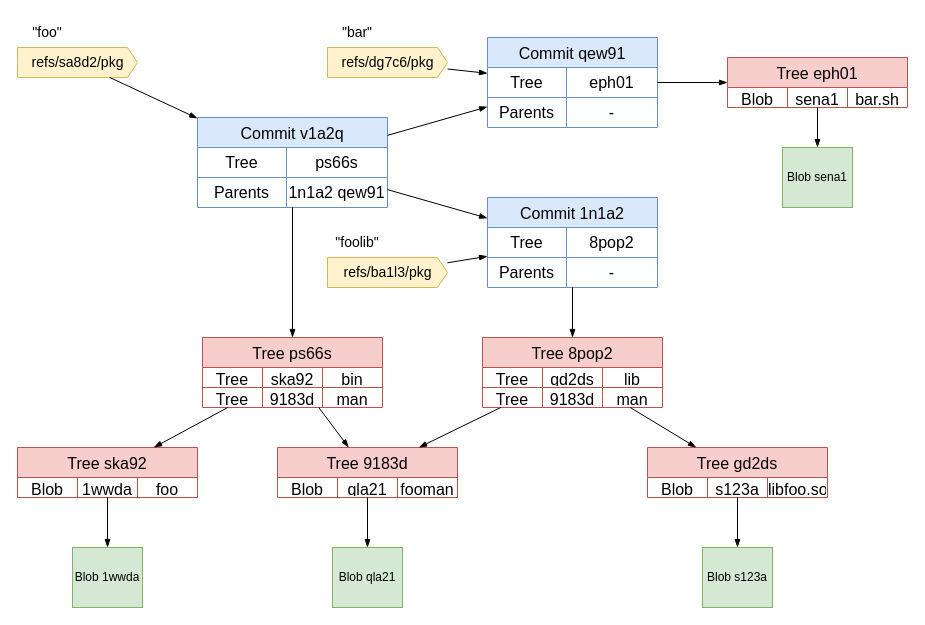
Above: src/diagrams/gachix-git-model.drawio in EphraimSiegfried/bachelor-thesis (draw.io), before the change. Source tidied: cells renumbered, new cells numbered last; positions are measured from the earlier drawing's top-left corner, leaving out a move shared by most shapes. Both pictures are drawn from the tidied source at 100%, with x=0, y=0 at pixel (17, 17).
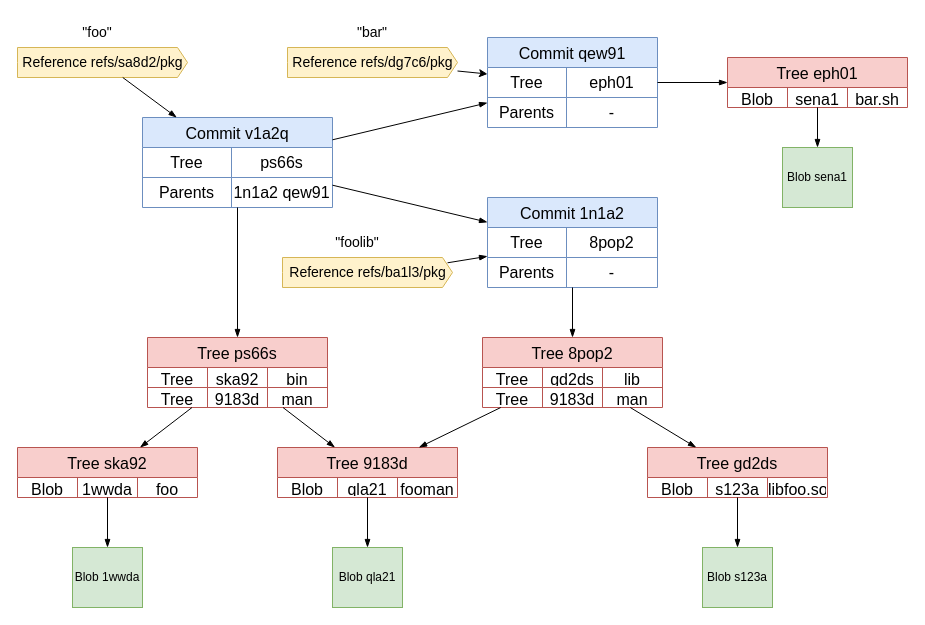
After the change.

Commit message (it also covers changes not shown here):
update git-model diagram

The change refers to these unchanged cells:
```xml
<mxCell id="35" value="Commit 1n1a2" style="shape=table;startSize=30;childLayout=tableLayout;strokeColor=#6c8ebf;fontSize=16;fillColor=#dae8fc;" parent="1" vertex="1">
  <mxGeometry x="470" y="180" width="170" height="90" as="geometry" />
</mxCell>
<mxCell id="62" value="Commit qew91" style="shape=table;startSize=30;childLayout=tableLayout;strokeColor=#6c8ebf;fontSize=16;fillColor=#dae8fc;" parent="1" vertex="1">
  <mxGeometry x="470" y="20" width="170" height="90" as="geometry" />
</mxCell>
```

Change to the diagram source:
```diff
@@
     <mxCell id="2" value="Tree ps66s" style="shape=table;startSize=30;childLayout=tableLayout;strokeColor=#b85450;fontSize=16;fillColor=#f8cecc;" parent="1" vertex="1">
-      <mxGeometry x="185" y="320" width="180" height="70" as="geometry" />
+      <mxGeometry x="130" y="320" width="180" height="70" as="geometry" />
     </mxCell>
@@
     <mxCell id="27" value="Commit v1a2q" style="shape=table;startSize=30;childLayout=tableLayout;strokeColor=#6c8ebf;fontSize=16;fillColor=#dae8fc;" parent="1" vertex="1">
-      <mxGeometry x="180" y="100" width="190" height="90" as="geometry" />
+      <mxGeometry x="125" y="100" width="190" height="90" as="geometry" />
     </mxCell>
@@
-    <mxCell id="78" value="&lt;font style=&quot;font-size: 14px;&quot;&gt;refs/sa8d2/pkg&lt;/font&gt;" style="html=1;shadow=0;dashed=0;align=center;verticalAlign=middle;shape=mxgraph.arrows2.arrow;dy=0;dx=10;notch=0;fillColor=#fff2cc;strokeColor=#d6b656;" parent="1" vertex="1">
-      <mxGeometry y="30" width="120" height="30" as="geometry" />
+    <mxCell id="78" value="&lt;font style=&quot;font-size: 14px;&quot;&gt;Reference refs/sa8d2/pkg&lt;/font&gt;" style="html=1;shadow=0;dashed=0;align=center;verticalAlign=middle;shape=mxgraph.arrows2.arrow;dy=0;dx=10;notch=0;fillColor=#fff2cc;strokeColor=#d6b656;" parent="1" vertex="1">
+      <mxGeometry y="30" width="170" height="30" as="geometry" />
     </mxCell>
@@
     <mxCell id="80" value="&lt;font style=&quot;font-size: 14px;&quot;&gt;&quot;foo&quot;&lt;/font&gt;" style="text;html=1;whiteSpace=wrap;strokeColor=none;fillColor=none;align=center;verticalAlign=middle;rounded=0;" parent="1" vertex="1">
-      <mxGeometry width="60" height="30" as="geometry" />
+      <mxGeometry x="50" width="60" height="30" as="geometry" />
     </mxCell>
-    <mxCell id="81" value="&lt;font style=&quot;font-size: 14px;&quot;&gt;refs/dg7c6/pkg&lt;/font&gt;" style="html=1;shadow=0;dashed=0;align=center;verticalAlign=middle;shape=mxgraph.arrows2.arrow;dy=0;dx=10;notch=0;fillColor=#fff2cc;strokeColor=#d6b656;" parent="1" vertex="1">
-      <mxGeometry x="310" y="30" width="120" height="30" as="geometry" />
-    </mxCell>
-    <mxCell id="82" value="&lt;font style=&quot;font-size: 14px;&quot;&gt;&quot;bar&quot;&lt;/font&gt;" style="text;html=1;whiteSpace=wrap;strokeColor=none;fillColor=none;align=center;verticalAlign=middle;rounded=0;" parent="1" vertex="1">
-      <mxGeometry x="310" width="60" height="30" as="geometry" />
-    </mxCell>
-    <mxCell id="83" style="endArrow=blockThin;html=1;rounded=0;endFill=1;" parent="1" edge="1" source="81" target="62">
-      <mxGeometry relative="1" as="geometry" />
-    </mxCell>
-    <mxCell id="84" value="&lt;font style=&quot;font-size: 14px;&quot;&gt;refs/ba1l3/pkg&lt;/font&gt;" style="html=1;shadow=0;dashed=0;align=center;verticalAlign=middle;shape=mxgraph.arrows2.arrow;dy=0;dx=10;notch=0;fillColor=#fff2cc;strokeColor=#d6b656;" parent="1" vertex="1">
-      <mxGeometry x="310" y="240" width="120" height="30" as="geometry" />
-    </mxCell>
@@
-    <mxCell id="86" style="endArrow=blockThin;html=1;rounded=0;endFill=1;" parent="1" edge="1" source="84" target="35">
-      <mxGeometry relative="1" as="geometry" />
+    <mxCell id="86" style="endArrow=blockThin;html=1;rounded=0;endFill=1;" parent="1" edge="1" target="35">
+      <mxGeometry relative="1" as="geometry">
+        <mxPoint x="430" y="245.3" as="sourcePoint" />
+      </mxGeometry>
     </mxCell>
+    <mxCell id="87" style="rounded=0;jettySize=auto;html=1;" parent="1" edge="1" source="88" target="62">
+      <mxGeometry relative="1" as="geometry" />
+    </mxCell>
+    <mxCell id="88" value="&lt;font style=&quot;font-size: 14px;&quot;&gt;Reference refs/dg7c6/pkg&lt;/font&gt;" style="html=1;shadow=0;dashed=0;align=center;verticalAlign=middle;shape=mxgraph.arrows2.arrow;dy=0;dx=10;notch=0;fillColor=#fff2cc;strokeColor=#d6b656;" parent="1" vertex="1">
+      <mxGeometry x="270" y="30" width="170" height="30" as="geometry" />
+    </mxCell>
+    <mxCell id="82" value="&lt;span style=&quot;font-size: 14px;&quot;&gt;&quot;bar&quot;&lt;/span&gt;" style="text;html=1;whiteSpace=wrap;strokeColor=none;fillColor=none;align=center;verticalAlign=middle;rounded=0;" parent="1" vertex="1">
+      <mxGeometry x="325" width="60" height="30" as="geometry" />
+    </mxCell>
+    <mxCell id="89" value="&lt;font style=&quot;font-size: 14px;&quot;&gt;Reference refs/ba1l3/pkg&lt;/font&gt;" style="html=1;shadow=0;dashed=0;align=center;verticalAlign=middle;shape=mxgraph.arrows2.arrow;dy=0;dx=10;notch=0;fillColor=#fff2cc;strokeColor=#d6b656;" parent="1" vertex="1">
+      <mxGeometry x="265" y="240" width="170" height="30" as="geometry" />
+    </mxCell>
```
